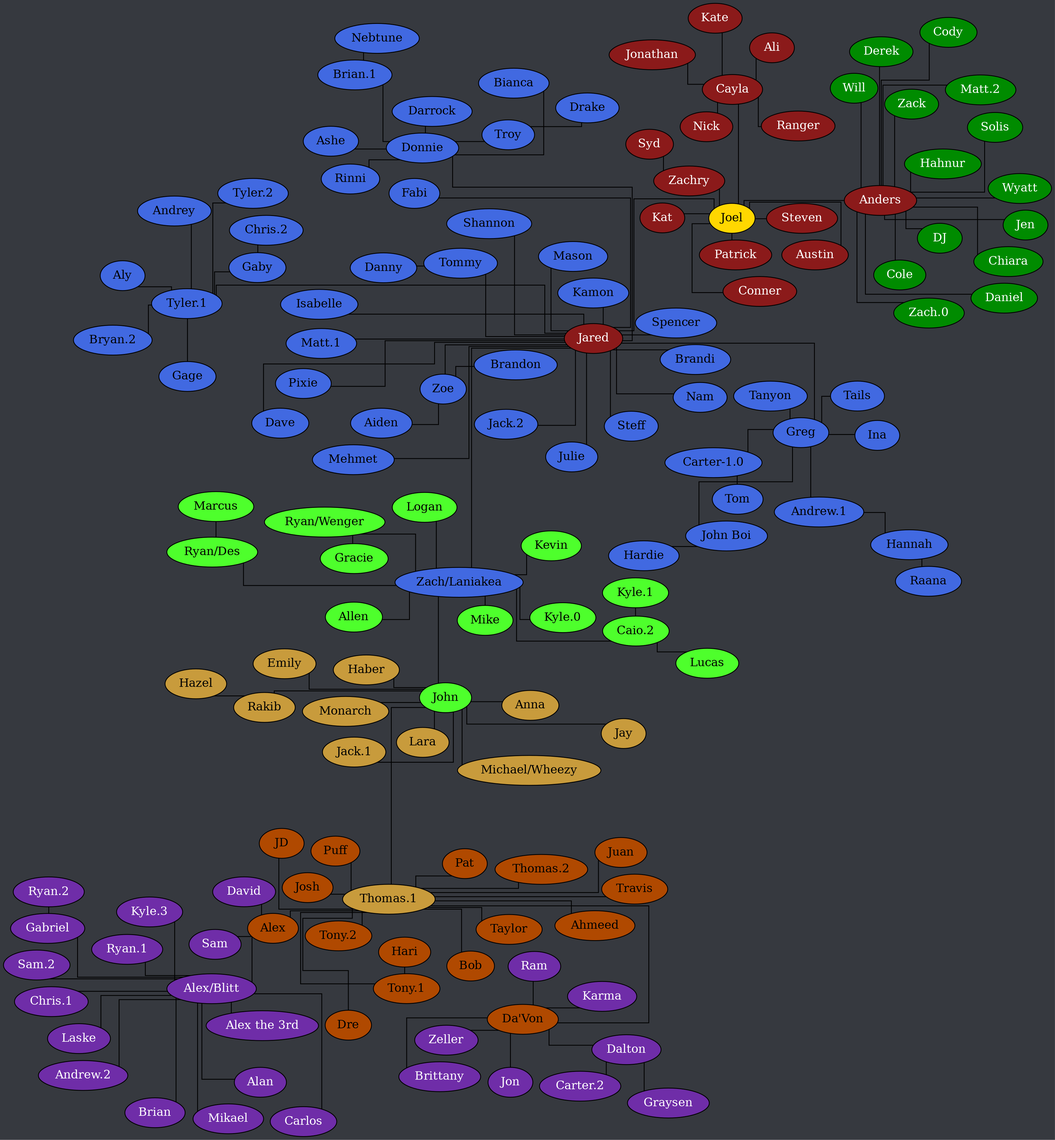
Documidas/CoronaCatzFamilyTree keeps this Graphviz diagram as tree.png. Above is the earlier version. Its source is kept beside it as tree.dot.
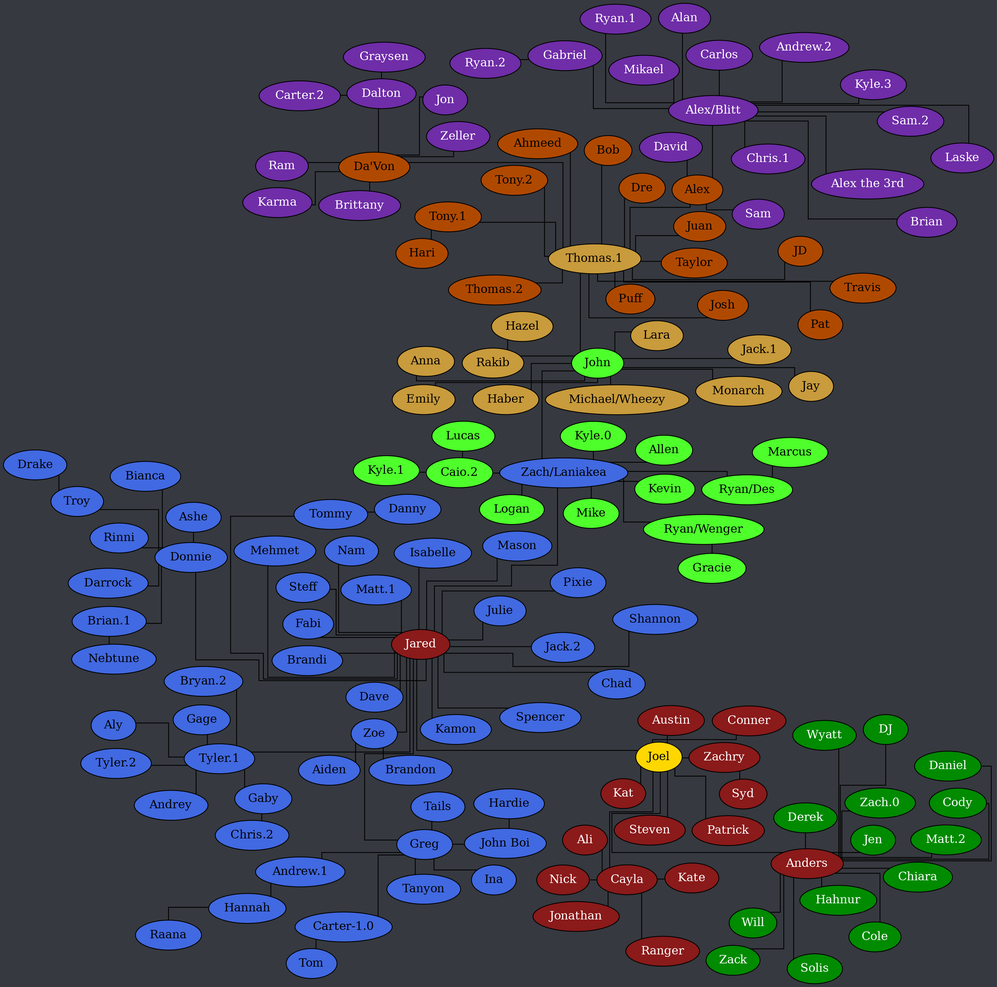
After the change.

The edit, as a diff of the source:
```diff
@@ -72,6 +72,7 @@
 		Greg -- Tanyon;
 		Hannah -- Raana;
 		Jared -- Brandi;
+		Jared -- Chad;
 		Jared -- Dave;
 		Jared -- Donnie;
 		Jared -- Fabi;
```
